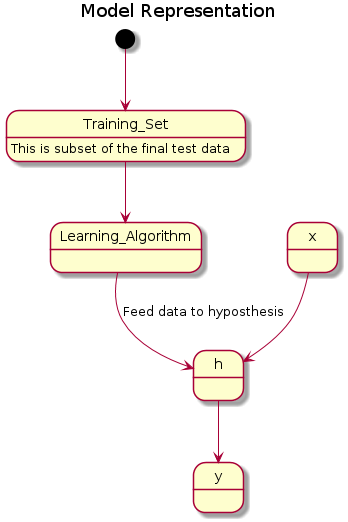
Before: my_notes/plantuml/uml/model_representation.png, a diagram exported from PlantUML (ptracton/MachineLearning). Its diagram source:
```plantuml
@startuml

title Model Representation

[*] --> Training_Set
Training_Set --> Learning_Algorithm
Training_Set : This is subset of the final test data

Learning_Algorithm --> h : Feed data to hyposthesis

x --> h
h --> y


@enduml
```
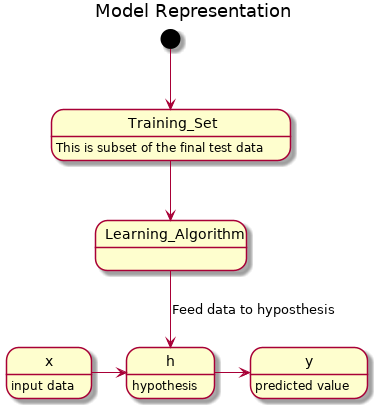
After the change.

Commit message:
continuing on cost function plantuml works better here since I have grapviz

The edit, as a diff of the source:
```diff
@@ -8,8 +8,11 @@
 
 Learning_Algorithm --> h : Feed data to hyposthesis
 
-x --> h
-h --> y
+x -right-> h
+x: input data
+h -right-> y
+h: hypothesis
+y: predicted value
 
 
 @enduml
```
